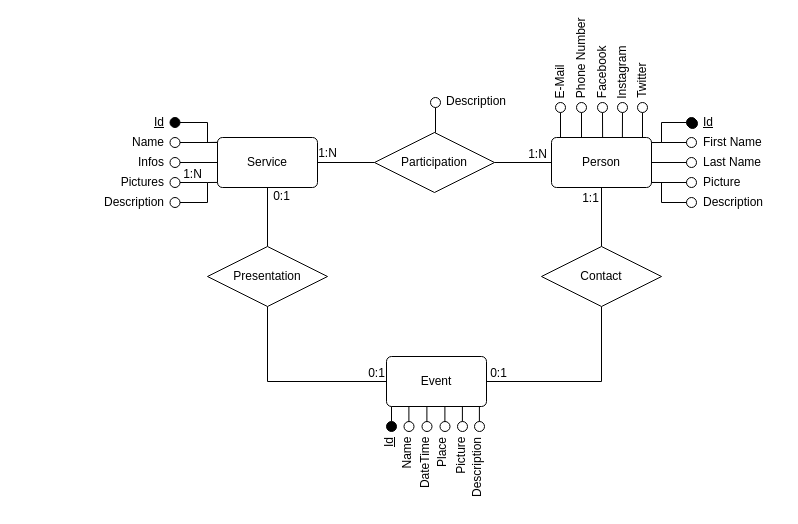
This is DesignDocument/diagrams/ER.drawio from Alenichel/CodiglioniDellOglioNichelini-HypermediaProject, a draw.io file, before an edit. Source tidied: cells renumbered, new cells numbered last; positions are measured from the earlier drawing's top-left corner, leaving out a move shared by most shapes. Both pictures are drawn from the tidied source at 100%, with x=0, y=0 at pixel (17, 53).
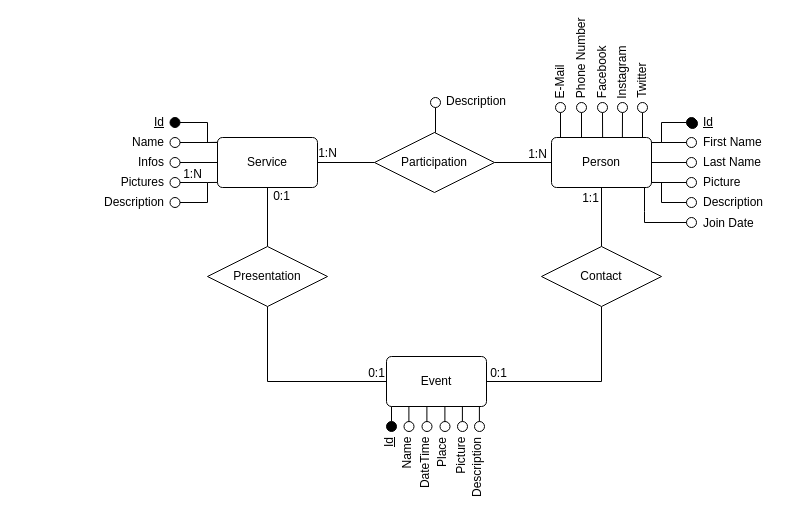
Above is the later version.

Unchanged cells that the change refers to:
```xml
<mxCell id="5" value="Person" style="rounded=1;arcSize=10;whiteSpace=wrap;html=1;align=center;" parent="4" vertex="1">
  <mxGeometry y="25" width="100" height="50" as="geometry" />
</mxCell>
```

Diff of the diagram source:
```diff
@@
+    <mxCell id="114" style="group;" parent="1" vertex="1">
+      <mxGeometry x="669" y="159" width="95" height="20" as="geometry" />
+    </mxCell>
+    <mxCell id="115" style="ellipse;whiteSpace=wrap;html=1;" parent="114" vertex="1">
+      <mxGeometry y="5" width="10" height="10" as="geometry" />
+    </mxCell>
+    <mxCell id="116" value="Join Date" style="text;html=1;align=left;verticalAlign=middle;" parent="114" vertex="1">
+      <mxGeometry x="15" y="1" width="62" height="19" as="geometry" />
+    </mxCell>
+    <mxCell id="117" style="endArrow=none;html=1;rounded=0;entryX=0;entryY=0.5;entryDx=0;entryDy=0;exitX=0.93;exitY=0.99;exitDx=0;exitDy=0;exitPerimeter=0;" parent="1" edge="1" source="5" target="115">
+      <mxGeometry relative="1" as="geometry">
+        <Array as="points">
+          <mxPoint x="627" y="158" />
+          <mxPoint x="627" y="169" />
+        </Array>
+      </mxGeometry>
+    </mxCell>
```
